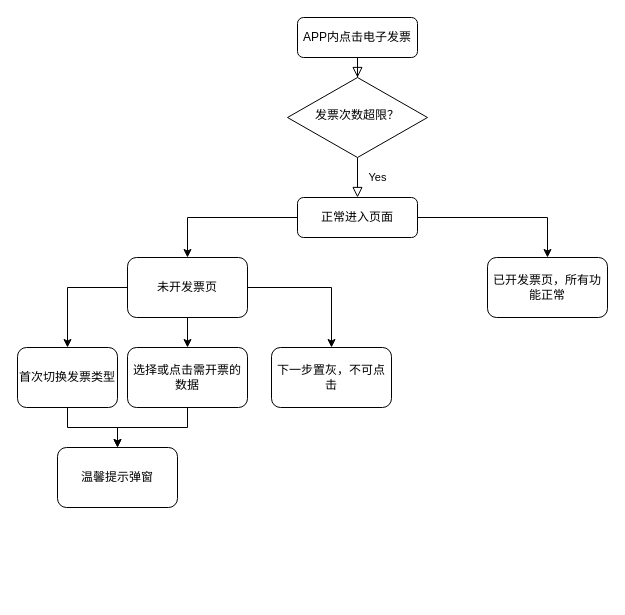
This is 未命名绘图.drawio from drkying/draw.io, a draw.io file, before an edit. Source tidied: cells renumbered, new cells numbered last; positions are measured from the earlier drawing's top-left corner, leaving out a move shared by most shapes. Both pictures are drawn from the tidied source at 100%, with x=0, y=0 at pixel (17, 17).
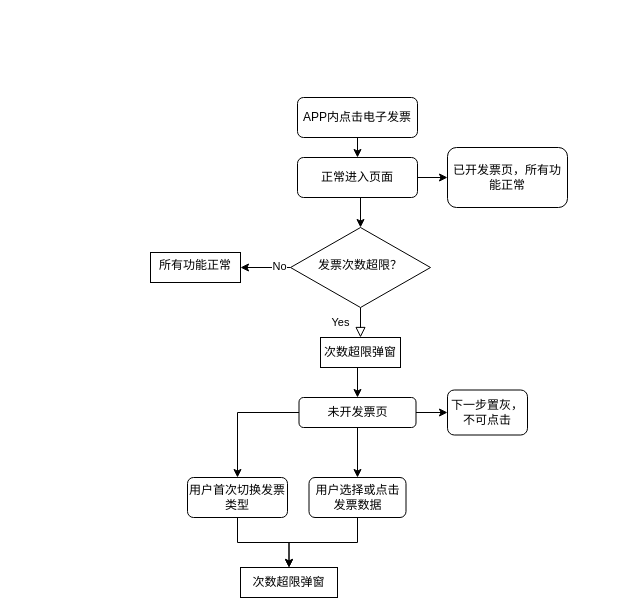
The same diagram, later.

Commit message:
更新未命名绘图.drawio

The edit, as a diff of the source:
```diff
@@
-    <mxCell id="2" style="rounded=0;html=1;jettySize=auto;fontSize=11;endArrow=block;endFill=0;endSize=8;strokeWidth=1;shadow=0;labelBackgroundColor=none;edgeStyle=orthogonalEdgeStyle;" parent="1" edge="1" source="3" target="5">
-      <mxGeometry relative="1" as="geometry" />
-    </mxCell>
+    <mxCell id="20" style="edgeStyle=orthogonalEdgeStyle;rounded=0;jettySize=auto;html=1;exitX=0.5;exitY=1;exitDx=0;exitDy=0;entryX=0.5;entryY=0;entryDx=0;entryDy=0;" parent="1" edge="1" source="3" target="8">
+      <mxGeometry relative="1" as="geometry" />
+    </mxCell>
     <mxCell id="3" value="APP内点击电子发票" style="rounded=1;whiteSpace=wrap;html=1;fontSize=12;glass=0;strokeWidth=1;shadow=0;" parent="1" vertex="1">
-      <mxGeometry x="280" width="120" height="40" as="geometry" />
+      <mxGeometry x="280" y="80" width="120" height="40" as="geometry" />
     </mxCell>
-    <mxCell id="4" value="Yes" style="rounded=0;html=1;jettySize=auto;fontSize=11;endArrow=block;endFill=0;endSize=8;strokeWidth=1;shadow=0;labelBackgroundColor=none;edgeStyle=orthogonalEdgeStyle;entryX=0.5;entryY=0;entryDx=0;entryDy=0;" parent="1" edge="1" source="5" target="8">
-      <mxGeometry y="20" relative="1" as="geometry" />
-    </mxCell>
-    <mxCell id="5" value="发票次数超限？" style="rhombus;whiteSpace=wrap;html=1;shadow=0;fontFamily=Helvetica;fontSize=12;align=center;strokeWidth=1;spacing=6;spacingTop=-4;" parent="1" vertex="1">
-      <mxGeometry x="270" y="60" width="140" height="80" as="geometry" />
-    </mxCell>
@@
-    <mxCell id="7" style="edgeStyle=orthogonalEdgeStyle;rounded=0;jettySize=auto;html=1;" parent="1" edge="1" source="8" target="13">
-      <mxGeometry relative="1" as="geometry" />
-    </mxCell>
+    <mxCell id="21" style="edgeStyle=orthogonalEdgeStyle;rounded=0;jettySize=auto;html=1;exitX=0.5;exitY=1;exitDx=0;exitDy=0;entryX=0.5;entryY=0;entryDx=0;entryDy=0;" parent="1" edge="1" source="8" target="5">
+      <mxGeometry relative="1" as="geometry" />
+    </mxCell>
     <mxCell id="8" value="正常进入页面" style="rounded=1;whiteSpace=wrap;html=1;fontSize=12;glass=0;strokeWidth=1;shadow=0;" parent="1" vertex="1">
-      <mxGeometry x="280" y="180" width="120" height="40" as="geometry" />
+      <mxGeometry x="280" y="140" width="120" height="40" as="geometry" />
     </mxCell>
     <mxCell id="9" value="已开发票页，所有功能正常" style="whiteSpace=wrap;html=1;rounded=1;glass=0;strokeWidth=1;shadow=0;" parent="1" vertex="1">
-      <mxGeometry x="470" y="240" width="120" height="60" as="geometry" />
+      <mxGeometry x="430" y="130" width="120" height="60" as="geometry" />
     </mxCell>
@@
     <mxCell id="13" value="未开发票页" style="whiteSpace=wrap;html=1;rounded=1;glass=0;strokeWidth=1;shadow=0;" parent="1" vertex="1">
-      <mxGeometry x="110" y="240" width="120" height="60" as="geometry" />
+      <mxGeometry x="281.5" y="380" width="117" height="30" as="geometry" />
     </mxCell>
@@
-    <mxCell id="15" value="首次切换发票类型" style="whiteSpace=wrap;html=1;rounded=1;glass=0;strokeWidth=1;shadow=0;" parent="1" vertex="1">
-      <mxGeometry y="330" width="100" height="60" as="geometry" />
+    <mxCell id="15" value="用户首次切换发票类型" style="whiteSpace=wrap;html=1;rounded=1;glass=0;strokeWidth=1;shadow=0;" parent="1" vertex="1">
+      <mxGeometry x="170" y="460" width="100" height="40" as="geometry" />
     </mxCell>
@@
-    <mxCell id="17" value="选择或点击需开票的数据" style="whiteSpace=wrap;html=1;rounded=1;glass=0;strokeWidth=1;shadow=0;" parent="1" vertex="1">
-      <mxGeometry x="110" y="330" width="120" height="60" as="geometry" />
+    <mxCell id="17" value="用户选择或点击发票数据" style="whiteSpace=wrap;html=1;rounded=1;glass=0;strokeWidth=1;shadow=0;" parent="1" vertex="1">
+      <mxGeometry x="291.5" y="460" width="97" height="40" as="geometry" />
     </mxCell>
     <mxCell id="18" value="下一步置灰，不可点击" style="whiteSpace=wrap;html=1;rounded=1;glass=0;strokeWidth=1;shadow=0;" parent="1" vertex="1">
-      <mxGeometry x="254" y="330" width="120" height="60" as="geometry" />
+      <mxGeometry x="430" y="372.5" width="80" height="45" as="geometry" />
     </mxCell>
-    <mxCell id="19" value="温馨提示弹窗" style="whiteSpace=wrap;html=1;rounded=1;glass=0;strokeWidth=1;shadow=0;" parent="1" vertex="1">
-      <mxGeometry x="40" y="430" width="120" height="60" as="geometry" />
+    <mxCell id="19" value="次数超限弹窗" style="rounded=0;whiteSpace=wrap;html=1;" parent="1" vertex="1">
+      <mxGeometry x="223" y="550" width="97" height="30" as="geometry" />
     </mxCell>
+    <mxCell id="4" value="Yes" style="rounded=0;html=1;jettySize=auto;fontSize=11;endArrow=block;endFill=0;endSize=8;strokeWidth=1;shadow=0;labelBackgroundColor=none;edgeStyle=orthogonalEdgeStyle;entryX=0.5;entryY=0;entryDx=0;entryDy=0;" parent="1" edge="1" source="5" target="26">
+      <mxGeometry y="20" relative="1" as="geometry" />
+    </mxCell>
+    <mxCell id="22" style="edgeStyle=orthogonalEdgeStyle;rounded=0;jettySize=auto;html=1;" parent="1" edge="1" source="5" target="24">
+      <mxGeometry relative="1" as="geometry" />
+    </mxCell>
+    <mxCell id="23" value="No" style="edgeLabel;html=1;align=center;verticalAlign=middle;" parent="22" vertex="1">
+      <mxGeometry x="-0.52" y="-2" relative="1" as="geometry" />
+    </mxCell>
+    <mxCell id="5" value="发票次数超限？" style="rhombus;whiteSpace=wrap;html=1;shadow=0;fontFamily=Helvetica;fontSize=12;align=center;strokeWidth=1;spacing=6;spacingTop=-4;" parent="1" vertex="1">
+      <mxGeometry x="273" y="210" width="140" height="80" as="geometry" />
+    </mxCell>
+    <mxCell id="24" value="所有功能正常" style="whiteSpace=wrap;html=1;shadow=0;strokeWidth=1;spacing=6;spacingTop=-4;" parent="1" vertex="1">
+      <mxGeometry x="133" y="235" width="90" height="30" as="geometry" />
+    </mxCell>
+    <mxCell id="25" style="edgeStyle=orthogonalEdgeStyle;rounded=0;jettySize=auto;html=1;exitX=0.5;exitY=1;exitDx=0;exitDy=0;entryX=0.5;entryY=0;entryDx=0;entryDy=0;" parent="1" edge="1" source="26" target="13">
+      <mxGeometry relative="1" as="geometry" />
+    </mxCell>
+    <mxCell id="26" value="次数超限弹窗" style="rounded=0;whiteSpace=wrap;html=1;" parent="1" vertex="1">
+      <mxGeometry x="303" y="320" width="80" height="30" as="geometry" />
+    </mxCell>
```
